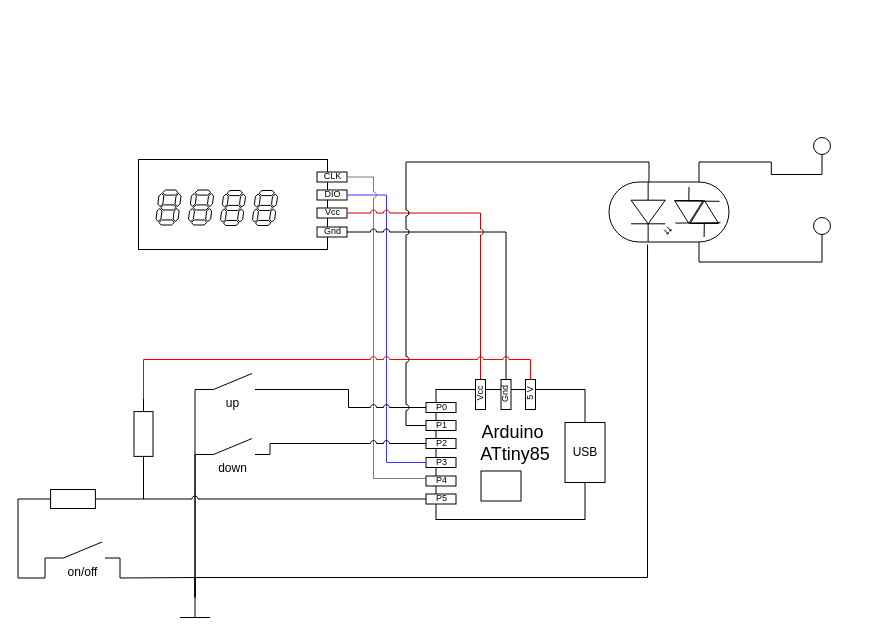
The draw.io diagram SolderingRegulator.drawio in nikll123/SolderingIronRegulator, before the edit. Source tidied: cells renumbered, new cells numbered last; positions are measured from the earlier drawing's top-left corner, leaving out a move shared by most shapes. Both pictures are drawn from the tidied source at 100%, with x=0, y=0 at pixel (45, 137). Pictures stored in the file or linked from it are replaced by grey dashed boxes.
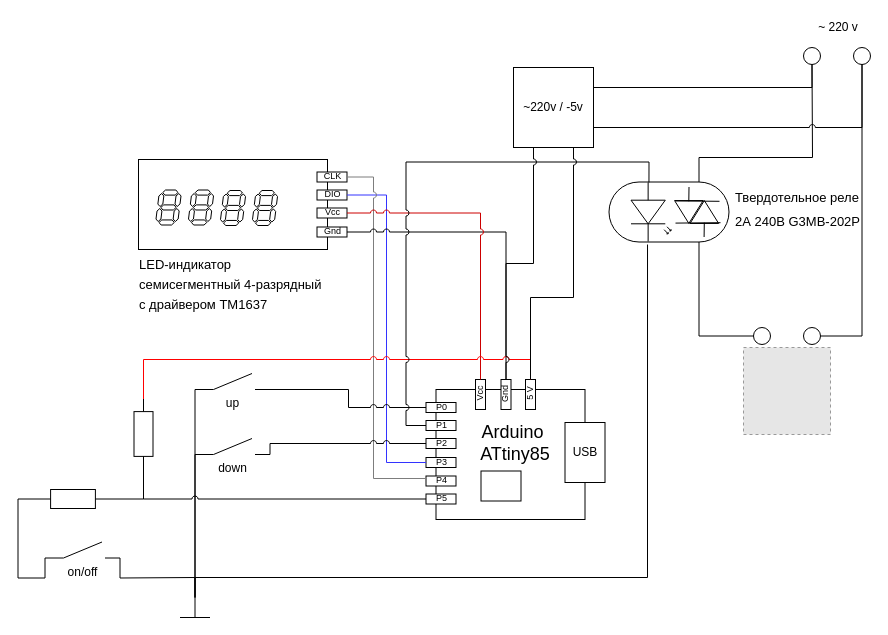
After the change.

Unchanged cells that the change refers to:
```xml
<mxCell id="4" value="&lt;font style=&quot;font-size: 9px&quot;&gt;Gnd&lt;/font&gt;" style="text;strokeColor=#000000;fillColor=#ffffff;align=center;verticalAlign=middle;rounded=0;shadow=0;strokeWidth=1;html=1;spacing=0;spacingBottom=3;rotation=-90;" parent="2" vertex="1">
  <mxGeometry x="65" width="30" height="10" as="geometry" />
</mxCell>
<mxCell id="5" value="&lt;font style=&quot;font-size: 9px&quot;&gt;5 V&lt;/font&gt;" style="text;strokeColor=#000000;fillColor=#ffffff;align=center;verticalAlign=middle;rounded=0;shadow=0;strokeWidth=1;html=1;spacing=0;spacingBottom=3;rotation=-90;" parent="2" vertex="1">
  <mxGeometry x="89.5" width="30" height="10" as="geometry" />
</mxCell>
<mxCell id="16" style="group;" parent="1" vertex="1">
  <mxGeometry x="123" y="2" width="179" height="130" as="geometry" />
</mxCell>
<mxCell id="48" style="rounded=1;whiteSpace=wrap;html=1;arcSize=50;fillColor=none;" parent="46" vertex="1">
  <mxGeometry width="120" height="60" as="geometry" />
</mxCell>
```

Diff of the diagram source:
```diff
@@
-    <mxCell id="17" style="rounded=0;whiteSpace=wrap;html=1;shadow=0;strokeColor=#000000;strokeWidth=1;fillColor=#FFFFFF;gradientColor=none;rotation=0;" parent="16" vertex="1">
+    <mxCell id="17" value="&lt;font style=&quot;font-size: 13px&quot;&gt;&lt;br&gt;&lt;br&gt;&lt;br&gt;&lt;br&gt;&lt;br&gt;&lt;br&gt;&lt;br&gt;&lt;br&gt;&lt;br&gt;&lt;br&gt;&lt;br&gt;&lt;/font&gt;&lt;h1 style=&quot;margin: 0px 0px 10px ; padding: 0px ; outline: 0px ; vertical-align: baseline ; font-weight: normal ; line-height: 20px ; font-family: &amp;#34;normal verdana&amp;#34; , &amp;#34;geneva&amp;#34; , sans-serif ; text-align: left ; font-size: 13px&quot;&gt;&lt;font style=&quot;font-size: 13px&quot;&gt;LED-индикатор семисегментный 4-разрядный с драйвером TM1637&lt;/font&gt;&lt;/h1&gt;" style="rounded=0;whiteSpace=wrap;html=1;shadow=0;strokeColor=#000000;strokeWidth=1;fillColor=#FFFFFF;gradientColor=none;rotation=0;" parent="16" vertex="1">
       <mxGeometry x="-30" y="20" width="189" height="90" as="geometry" />
     </mxCell>
@@
     <mxCell id="58" style="edgeStyle=orthogonalEdgeStyle;rounded=0;comic=0;jumpStyle=arc;jettySize=auto;html=1;exitX=0.75;exitY=0;exitDx=0;exitDy=0;endArrow=none;endFill=0;strokeColor=#000000;" parent="1" edge="1" source="48" target="59">
-      <mxGeometry relative="1" as="geometry" />
+      <mxGeometry relative="1" as="geometry">
+        <Array as="points">
+          <mxPoint x="654" y="20" />
+          <mxPoint x="767" y="20" />
+        </Array>
+      </mxGeometry>
     </mxCell>
     <mxCell id="59" style="ellipse;whiteSpace=wrap;html=1;" parent="1" vertex="1">
-      <mxGeometry x="768" width="17" height="17" as="geometry" />
+      <mxGeometry x="758" y="-90" width="17" height="17" as="geometry" />
     </mxCell>
     <mxCell id="60" style="ellipse;whiteSpace=wrap;html=1;" parent="1" vertex="1">
-      <mxGeometry x="768" y="80" width="17" height="17" as="geometry" />
+      <mxGeometry x="808" y="-90" width="17" height="17" as="geometry" />
     </mxCell>
-    <mxCell id="61" style="edgeStyle=orthogonalEdgeStyle;rounded=0;comic=0;jumpStyle=arc;jettySize=auto;html=1;exitX=0.75;exitY=1;exitDx=0;exitDy=0;entryX=0.5;entryY=1;entryDx=0;entryDy=0;endArrow=none;endFill=0;strokeColor=#000000;" parent="1" edge="1" source="48" target="60">
+    <mxCell id="61" style="edgeStyle=orthogonalEdgeStyle;rounded=0;comic=0;jumpStyle=arc;jettySize=auto;html=1;entryX=0.5;entryY=1;entryDx=0;entryDy=0;endArrow=none;endFill=0;strokeColor=#000000;exitX=1;exitY=0.5;exitDx=0;exitDy=0;" parent="1" edge="1" source="62" target="60">
       <mxGeometry relative="1" as="geometry" />
     </mxCell>
+    <mxCell id="62" style="ellipse;whiteSpace=wrap;html=1;" parent="1" vertex="1">
+      <mxGeometry x="758" y="190" width="17" height="17" as="geometry" />
+    </mxCell>
+    <mxCell id="63" style="ellipse;whiteSpace=wrap;html=1;" parent="1" vertex="1">
+      <mxGeometry x="708" y="190" width="17" height="17" as="geometry" />
+    </mxCell>
+    <mxCell id="64" style="edgeStyle=orthogonalEdgeStyle;rounded=0;jettySize=auto;html=1;exitX=0.75;exitY=1;exitDx=0;exitDy=0;entryX=0;entryY=0.5;entryDx=0;entryDy=0;endArrow=none;endFill=0;" parent="1" edge="1" source="48" target="63">
+      <mxGeometry relative="1" as="geometry" />
+    </mxCell>
+    <mxCell id="65" value="~ 220 v" style="text;html=1;strokeColor=none;fillColor=none;align=center;verticalAlign=middle;whiteSpace=wrap;rounded=0;" parent="1" vertex="1">
+      <mxGeometry x="768" y="-120" width="50" height="20" as="geometry" />
+    </mxCell>
+    <mxCell id="66" style="edgeStyle=orthogonalEdgeStyle;rounded=0;jettySize=auto;html=1;exitX=1;exitY=0.25;exitDx=0;exitDy=0;entryX=0.5;entryY=1;entryDx=0;entryDy=0;endArrow=none;endFill=0;jumpStyle=arc;" parent="1" edge="1" source="70" target="59">
+      <mxGeometry relative="1" as="geometry" />
+    </mxCell>
+    <mxCell id="67" style="edgeStyle=orthogonalEdgeStyle;rounded=0;jettySize=auto;html=1;exitX=1;exitY=0.75;exitDx=0;exitDy=0;entryX=0.5;entryY=1;entryDx=0;entryDy=0;endArrow=none;endFill=0;jumpStyle=arc;" parent="1" edge="1" source="70" target="60">
+      <mxGeometry relative="1" as="geometry" />
+    </mxCell>
+    <mxCell id="68" style="edgeStyle=orthogonalEdgeStyle;rounded=0;comic=0;jumpStyle=arc;jettySize=auto;html=1;exitX=0.25;exitY=1;exitDx=0;exitDy=0;endArrow=none;endFill=0;entryX=1;entryY=0.5;entryDx=0;entryDy=0;" parent="1" edge="1" source="70" target="4">
+      <mxGeometry relative="1" as="geometry" />
+    </mxCell>
+    <mxCell id="69" style="edgeStyle=orthogonalEdgeStyle;rounded=0;comic=0;jumpStyle=arc;jettySize=auto;html=1;exitX=0.75;exitY=1;exitDx=0;exitDy=0;entryX=1;entryY=0.5;entryDx=0;entryDy=0;endArrow=none;endFill=0;" parent="1" edge="1" source="70" target="5">
+      <mxGeometry relative="1" as="geometry">
+        <Array as="points">
+          <mxPoint x="528" y="160" />
+          <mxPoint x="485" y="160" />
+        </Array>
+      </mxGeometry>
+    </mxCell>
+    <mxCell id="70" value="~220v / -5v" style="whiteSpace=wrap;html=1;" parent="1" vertex="1">
+      <mxGeometry x="468" y="-70" width="80" height="80" as="geometry" />
+    </mxCell>
+    <mxCell id="71" style="fillColor=#E6E6E6;strokeColor=#999999;dashed=1;verticalLabelPosition=bottom;labelBackgroundColor=#ffffff;verticalAlign=top;" parent="1" vertex="1">
+      <mxGeometry x="698" y="210" width="87" height="87" as="geometry" />
+    </mxCell>
+    <mxCell id="72" value="&lt;h1 style=&quot;margin: 0px 0px 10px ; padding: 0px ; outline: 0px ; vertical-align: baseline ; font-weight: normal ; line-height: 20px ; font-family: &amp;#34;normal verdana&amp;#34; , &amp;#34;geneva&amp;#34; , sans-serif ; font-style: normal ; letter-spacing: normal ; text-align: left ; text-indent: 0px ; text-transform: none ; word-spacing: 0px&quot;&gt;&lt;font style=&quot;font-size: 13px&quot;&gt;Твердотельное реле 2А 240В G3MB-202P&lt;/font&gt;&lt;/h1&gt;" style="text;whiteSpace=wrap;html=1;" parent="1" vertex="1">
+      <mxGeometry x="688" y="40" width="130" height="60" as="geometry" />
+    </mxCell>
```
